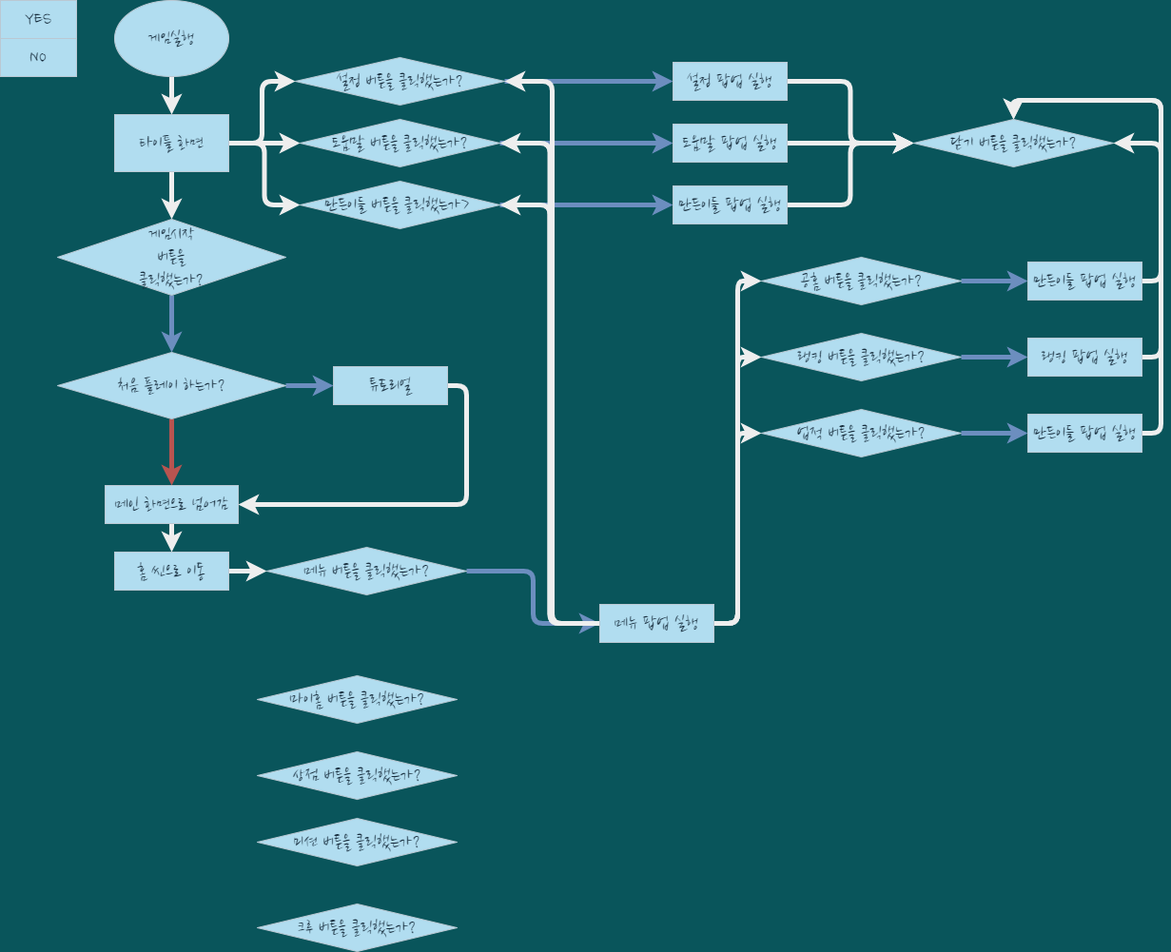
This is gameplay_flowchat.drawio.png from kinesis19/stac_project_SME, a draw.io export, as it was before one commit. Source tidied: cells renumbered, new cells last; positions are measured from the earlier drawing's top-left corner, leaving out a move shared by most shapes.
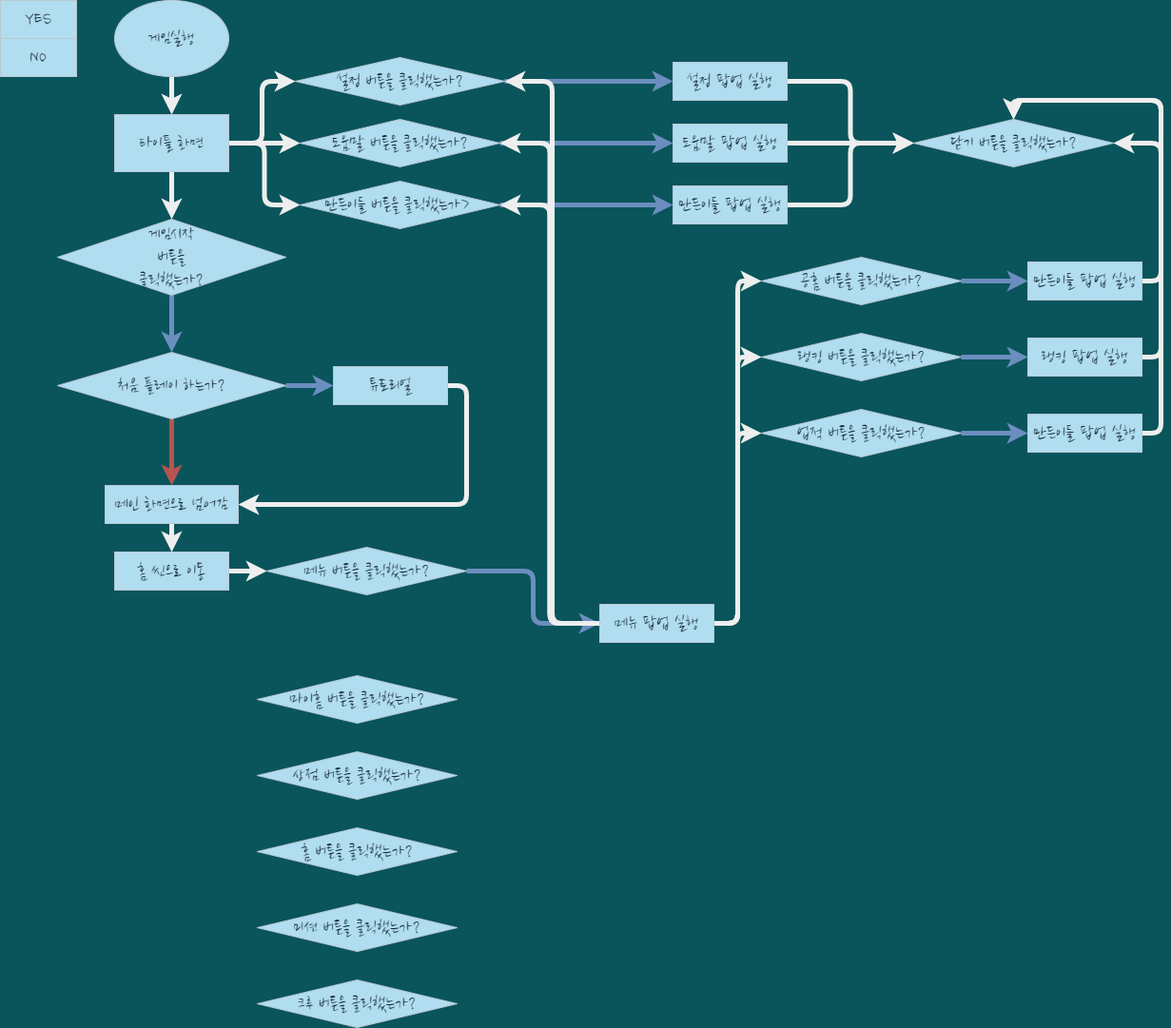
The same file after the commit.

The edit, as a diff of the source:
```diff
@@ -171,10 +171,10 @@
       <mxGeometry x="270" y="790" width="210" height="50" as="geometry" />
     </mxCell>
     <mxCell id="56" value="미션 버튼을 클릭했는가?" style="rhombus;whiteSpace=wrap;html=1;rounded=0;sketch=0;fontFamily=Nanum Brush Script;fontSource=https%3A%2F%2Ffonts.googleapis.com%2Fcss%3Ffamily%3DNanum%2BBrush%2BScript;fontSize=20;fillColor=#B1DDF0;strokeColor=#BAC8D3;fontColor=#182E3E;" parent="1" vertex="1">
-      <mxGeometry x="270" y="860" width="210" height="50" as="geometry" />
+      <mxGeometry x="270" y="950" width="210" height="50" as="geometry" />
     </mxCell>
     <mxCell id="57" value="크루 버튼을 클릭했는가?" style="rhombus;whiteSpace=wrap;html=1;rounded=0;sketch=0;fontFamily=Nanum Brush Script;fontSource=https%3A%2F%2Ffonts.googleapis.com%2Fcss%3Ffamily%3DNanum%2BBrush%2BScript;fontSize=20;fillColor=#B1DDF0;strokeColor=#BAC8D3;fontColor=#182E3E;" parent="1" vertex="1">
-      <mxGeometry x="270" y="950" width="210" height="50" as="geometry" />
+      <mxGeometry x="270" y="1030" width="210" height="50" as="geometry" />
     </mxCell>
     <mxCell id="58" style="edgeStyle=orthogonalEdgeStyle;curved=0;rounded=1;sketch=0;jettySize=auto;html=1;entryX=0;entryY=0.5;entryDx=0;entryDy=0;fontColor=#FFFFFF;strokeColor=#EEEEEE;strokeWidth=5;" parent="1" edge="1" source="59" target="33">
       <mxGeometry relative="1" as="geometry" />
@@ -182,5 +182,8 @@
     <mxCell id="59" value="홈 씬으로 이동" style="rounded=0;whiteSpace=wrap;html=1;sketch=0;fontFamily=Nanum Brush Script;fontSource=https%3A%2F%2Ffonts.googleapis.com%2Fcss%3Ffamily%3DNanum%2BBrush%2BScript;fontSize=20;fillColor=#B1DDF0;strokeColor=#BAC8D3;fontColor=#182E3E;" parent="1" vertex="1">
       <mxGeometry x="120" y="580" width="120" height="40" as="geometry" />
     </mxCell>
+    <mxCell id="60" value="홈 버튼을 클릭했는가?" style="rhombus;whiteSpace=wrap;html=1;rounded=0;sketch=0;fontFamily=Nanum Brush Script;fontSource=https%3A%2F%2Ffonts.googleapis.com%2Fcss%3Ffamily%3DNanum%2BBrush%2BScript;fontSize=20;fillColor=#B1DDF0;strokeColor=#BAC8D3;fontColor=#182E3E;" parent="1" vertex="1">
+      <mxGeometry x="270" y="870" width="210" height="50" as="geometry" />
+    </mxCell>
   </root>
 </mxGraphModel>
```
